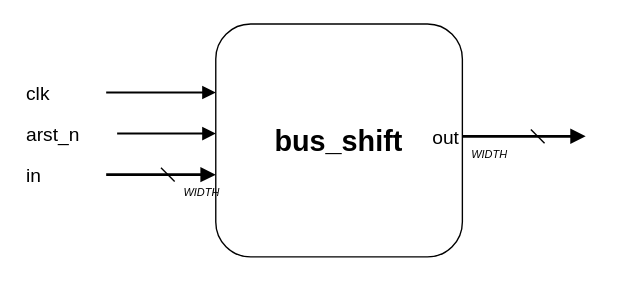
Earlier version of the draw.io diagram documentation/schematics/bus_shift.drawio (ChutsE/uC_8bits). Source tidied: cells renumbered, new cells numbered last; positions are measured from the earlier drawing's top-left corner, leaving out a move shared by most shapes. Both pictures are drawn from the tidied source at 137%, with x=0, y=0 at pixel (23, 23).
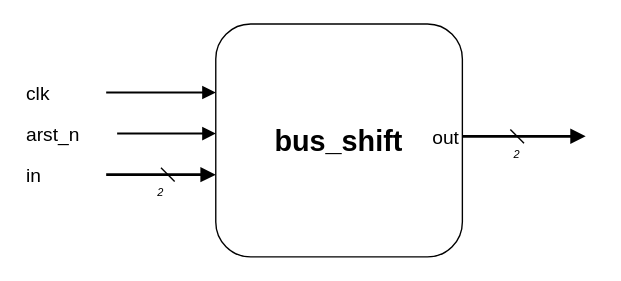
Above is the later version.

Diff of the diagram source:
```diff
@@
-    <mxCell id="9" value="WIDTH" style="text;align=center;verticalAlign=top;fontSize=8;fontStyle=2;fontColor=light-dark(#000000,#B3B3B3);labelBackgroundColor=none;" parent="1" vertex="1">
-      <mxGeometry x="70" y="112" width="120" height="16" as="geometry" />
+    <mxCell id="9" value="2" style="text;align=center;verticalAlign=top;fontSize=8;fontStyle=2;fontColor=light-dark(#000000,#B3B3B3);labelBackgroundColor=none;" parent="1" vertex="1">
+      <mxGeometry x="70" y="112" width="60" height="16" as="geometry" />
     </mxCell>
@@
-    <mxCell id="13" value="WIDTH" style="text;align=center;verticalAlign=top;fontSize=8;fontStyle=2;fontColor=light-dark(#000000,#B3B3B3);labelBackgroundColor=none;" parent="1" vertex="1">
-      <mxGeometry x="280" y="84" width="120" height="16" as="geometry" />
+    <mxCell id="13" value="2" style="text;align=center;verticalAlign=top;fontSize=8;fontStyle=2;fontColor=light-dark(#000000,#B3B3B3);labelBackgroundColor=none;" parent="1" vertex="1">
+      <mxGeometry x="320" y="84" width="80" height="16" as="geometry" />
     </mxCell>
     <mxCell id="14" style="endArrow=none;html=1;rounded=0;" parent="1" edge="1">
       <mxGeometry relative="1" as="geometry">
-        <mxPoint x="380" y="87" as="sourcePoint" />
-        <mxPoint x="370" y="77" as="targetPoint" />
+        <mxPoint x="365" y="87" as="sourcePoint" />
+        <mxPoint x="355" y="77" as="targetPoint" />
       </mxGeometry>
     </mxCell>
```
